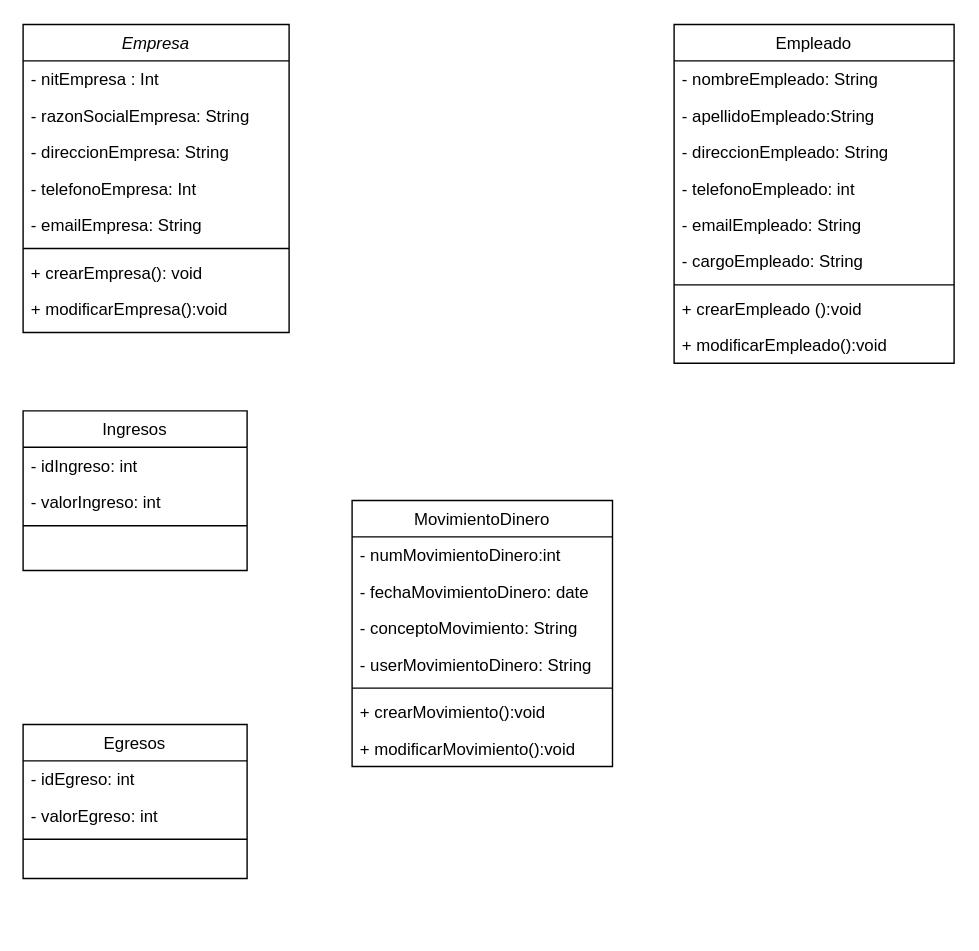
The draw.io diagram UML_CLASES_PROYECTO.drawio in edherney/Mintic2022, before the edit. Source tidied: cells renumbered, new cells numbered last; positions are measured from the earlier drawing's top-left corner, leaving out a move shared by most shapes. Both pictures are drawn from the tidied source at 140%, with x=0, y=0 at pixel (22, 24).
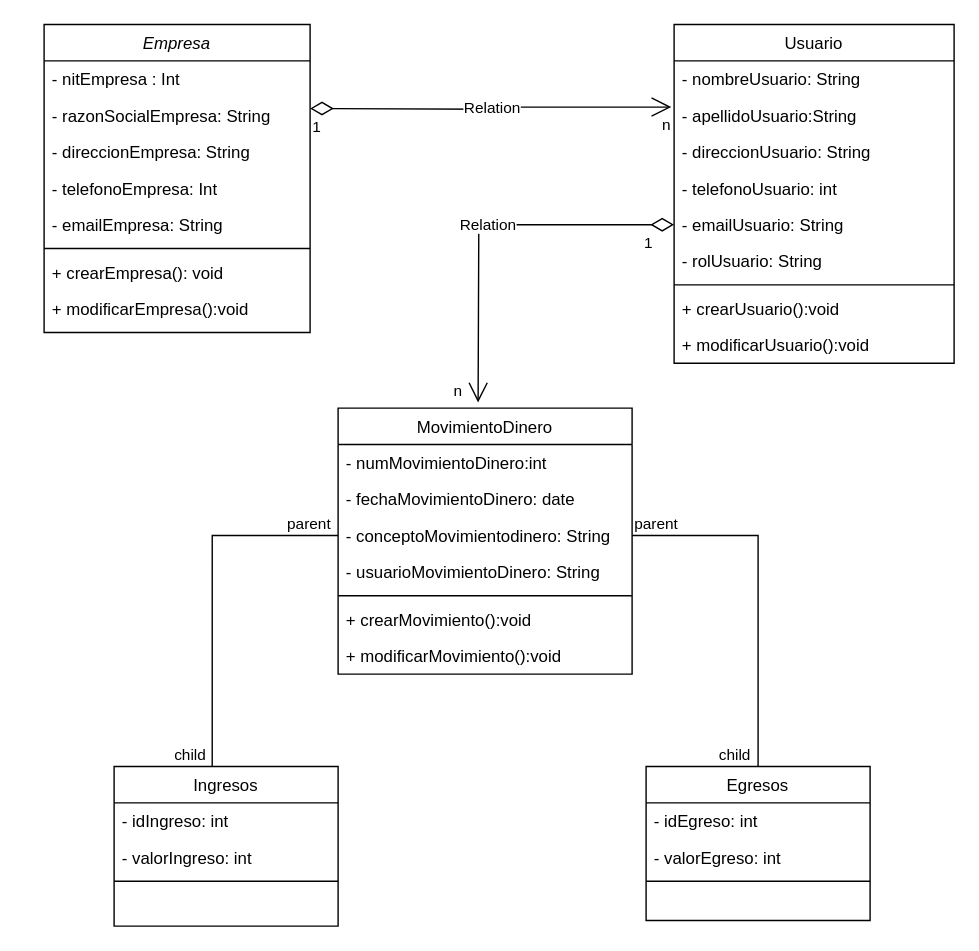
After the change.

Commit message:
actualizacion diagrama

What changed in the source:
```diff
@@
     <mxCell id="2" value="Empresa" style="swimlane;fontStyle=2;align=center;verticalAlign=top;horizontal=1;startSize=26;rounded=0;shadow=0;strokeWidth=1;" parent="1" vertex="1">
-      <mxGeometry width="190" height="220" as="geometry" />
+      <mxGeometry x="15" width="190" height="220" as="geometry" />
     </mxCell>
@@
     <mxCell id="11" value="Ingresos" style="swimlane;fontStyle=0;align=center;verticalAlign=top;horizontal=1;startSize=26;rounded=0;shadow=0;strokeWidth=1;" parent="1" vertex="1">
-      <mxGeometry y="276" width="160" height="114" as="geometry" />
+      <mxGeometry x="65" y="530" width="160" height="114" as="geometry" />
     </mxCell>
@@
-    <mxCell id="15" value="Empleado" style="swimlane;fontStyle=0;align=center;verticalAlign=top;horizontal=1;startSize=26;rounded=0;shadow=0;strokeWidth=1;" parent="1" vertex="1">
+    <mxCell id="15" value="Usuario" style="swimlane;fontStyle=0;align=center;verticalAlign=top;horizontal=1;startSize=26;rounded=0;shadow=0;strokeWidth=1;" parent="1" vertex="1">
       <mxGeometry x="465" width="200" height="242" as="geometry" />
     </mxCell>
-    <mxCell id="16" value="- nombreEmpleado: String" style="text;align=left;verticalAlign=top;spacingLeft=4;spacingRight=4;overflow=hidden;" parent="15" vertex="1">
+    <mxCell id="16" value="- nombreUsuario: String" style="text;align=left;verticalAlign=top;spacingLeft=4;spacingRight=4;overflow=hidden;" parent="15" vertex="1">
       <mxGeometry y="26" width="200" height="26" as="geometry" />
     </mxCell>
-    <mxCell id="17" value="- apellidoEmpleado:String" style="text;align=left;verticalAlign=top;spacingLeft=4;spacingRight=4;overflow=hidden;points=[[0,0.5],[1,0.5]];portConstraint=eastwest;rounded=0;shadow=0;html=0;" parent="15" vertex="1">
+    <mxCell id="17" value="- apellidoUsuario:String" style="text;align=left;verticalAlign=top;spacingLeft=4;spacingRight=4;overflow=hidden;points=[[0,0.5],[1,0.5]];portConstraint=eastwest;rounded=0;shadow=0;html=0;" parent="15" vertex="1">
       <mxGeometry y="52" width="200" height="26" as="geometry" />
     </mxCell>
-    <mxCell id="18" value="- direccionEmpleado: String" style="text;align=left;verticalAlign=top;spacingLeft=4;spacingRight=4;overflow=hidden;rounded=0;shadow=0;html=0;" parent="15" vertex="1">
+    <mxCell id="18" value="- direccionUsuario: String" style="text;align=left;verticalAlign=top;spacingLeft=4;spacingRight=4;overflow=hidden;rounded=0;shadow=0;html=0;" parent="15" vertex="1">
       <mxGeometry y="78" width="200" height="26" as="geometry" />
     </mxCell>
-    <mxCell id="19" value="- telefonoEmpleado: int" style="text;align=left;verticalAlign=top;spacingLeft=4;spacingRight=4;overflow=hidden;rounded=0;shadow=0;html=0;" parent="15" vertex="1">
+    <mxCell id="19" value="- telefonoUsuario: int" style="text;align=left;verticalAlign=top;spacingLeft=4;spacingRight=4;overflow=hidden;rounded=0;shadow=0;html=0;" parent="15" vertex="1">
       <mxGeometry y="104" width="200" height="26" as="geometry" />
     </mxCell>
-    <mxCell id="20" value="- emailEmpleado: String" style="text;align=left;verticalAlign=top;spacingLeft=4;spacingRight=4;overflow=hidden;points=[[0,0.5],[1,0.5]];portConstraint=eastwest;rounded=0;shadow=0;html=0;" parent="15" vertex="1">
+    <mxCell id="20" value="- emailUsuario: String" style="text;align=left;verticalAlign=top;spacingLeft=4;spacingRight=4;overflow=hidden;points=[[0,0.5],[1,0.5]];portConstraint=eastwest;rounded=0;shadow=0;html=0;" parent="15" vertex="1">
       <mxGeometry y="130" width="200" height="26" as="geometry" />
     </mxCell>
-    <mxCell id="21" value="- cargoEmpleado: String" style="text;align=left;verticalAlign=top;spacingLeft=4;spacingRight=4;overflow=hidden;rounded=0;shadow=0;html=0;" parent="15" vertex="1">
+    <mxCell id="21" value="- rolUsuario: String" style="text;align=left;verticalAlign=top;spacingLeft=4;spacingRight=4;overflow=hidden;rounded=0;shadow=0;html=0;" parent="15" vertex="1">
       <mxGeometry y="156" width="200" height="26" as="geometry" />
     </mxCell>
@@
-    <mxCell id="23" value="+ crearEmpleado ():void" style="text;align=left;verticalAlign=top;spacingLeft=4;spacingRight=4;overflow=hidden;" parent="15" vertex="1">
+    <mxCell id="23" value="+ crearUsuario():void" style="text;align=left;verticalAlign=top;spacingLeft=4;spacingRight=4;overflow=hidden;" parent="15" vertex="1">
       <mxGeometry y="190" width="200" height="26" as="geometry" />
     </mxCell>
-    <mxCell id="24" value="+ modificarEmpleado():void" style="text;align=left;verticalAlign=top;spacingLeft=4;spacingRight=4;overflow=hidden;" parent="15" vertex="1">
+    <mxCell id="24" value="+ modificarUsuario():void" style="text;align=left;verticalAlign=top;spacingLeft=4;spacingRight=4;overflow=hidden;" parent="15" vertex="1">
       <mxGeometry y="216" width="200" height="26" as="geometry" />
     </mxCell>
     <mxCell id="25" value="MovimientoDinero" style="swimlane;fontStyle=0;align=center;verticalAlign=top;horizontal=1;startSize=26;rounded=0;shadow=0;strokeWidth=1;" parent="1" vertex="1">
-      <mxGeometry x="235" y="340" width="186" height="190" as="geometry" />
+      <mxGeometry x="225" y="274" width="210" height="190" as="geometry" />
     </mxCell>
     <mxCell id="26" value="- numMovimientoDinero:int" style="text;align=left;verticalAlign=top;spacingLeft=4;spacingRight=4;overflow=hidden;" parent="25" vertex="1">
-      <mxGeometry y="26" width="186" height="26" as="geometry" />
+      <mxGeometry y="26" width="210" height="26" as="geometry" />
     </mxCell>
     <mxCell id="27" value="- fechaMovimientoDinero: date" style="text;align=left;verticalAlign=top;spacingLeft=4;spacingRight=4;overflow=hidden;" parent="25" vertex="1">
-      <mxGeometry y="52" width="186" height="26" as="geometry" />
+      <mxGeometry y="52" width="210" height="26" as="geometry" />
     </mxCell>
-    <mxCell id="28" value="- conceptoMovimiento: String" style="text;align=left;verticalAlign=top;spacingLeft=4;spacingRight=4;overflow=hidden;points=[[0,0.5],[1,0.5]];portConstraint=eastwest;rounded=0;shadow=0;html=0;" parent="25" vertex="1">
-      <mxGeometry y="78" width="186" height="26" as="geometry" />
+    <mxCell id="28" value="- conceptoMovimientodinero: String" style="text;align=left;verticalAlign=top;spacingLeft=4;spacingRight=4;overflow=hidden;points=[[0,0.5],[1,0.5]];portConstraint=eastwest;rounded=0;shadow=0;html=0;" parent="25" vertex="1">
+      <mxGeometry y="78" width="210" height="26" as="geometry" />
     </mxCell>
-    <mxCell id="29" value="- userMovimientoDinero: String" style="text;align=left;verticalAlign=top;spacingLeft=4;spacingRight=4;overflow=hidden;rounded=0;shadow=0;html=0;" parent="25" vertex="1">
-      <mxGeometry y="104" width="186" height="26" as="geometry" />
+    <mxCell id="29" value="- usuarioMovimientoDinero: String" style="text;align=left;verticalAlign=top;spacingLeft=4;spacingRight=4;overflow=hidden;rounded=0;shadow=0;html=0;" parent="25" vertex="1">
+      <mxGeometry y="104" width="210" height="26" as="geometry" />
     </mxCell>
     <mxCell id="30" style="line;html=1;strokeWidth=1;align=left;verticalAlign=middle;spacingTop=-1;spacingLeft=3;spacingRight=3;labelPosition=right;" parent="25" vertex="1">
-      <mxGeometry y="130" width="186" height="8" as="geometry" />
+      <mxGeometry y="130" width="210" height="8" as="geometry" />
     </mxCell>
     <mxCell id="31" value="+ crearMovimiento():void" style="text;align=left;verticalAlign=top;spacingLeft=4;spacingRight=4;overflow=hidden;" parent="25" vertex="1">
-      <mxGeometry y="138" width="186" height="26" as="geometry" />
+      <mxGeometry y="138" width="210" height="26" as="geometry" />
     </mxCell>
     <mxCell id="32" value="+ modificarMovimiento():void" style="text;align=left;verticalAlign=top;spacingLeft=4;spacingRight=4;overflow=hidden;" parent="25" vertex="1">
-      <mxGeometry y="164" width="186" height="26" as="geometry" />
+      <mxGeometry y="164" width="210" height="26" as="geometry" />
     </mxCell>
     <mxCell id="33" value="Egresos" style="swimlane;fontStyle=0;align=center;verticalAlign=top;horizontal=1;startSize=26;rounded=0;shadow=0;strokeWidth=1;" parent="1" vertex="1">
-      <mxGeometry y="500" width="160" height="110" as="geometry" />
+      <mxGeometry x="445" y="530" width="160" height="110" as="geometry" />
     </mxCell>
@@
+    <mxCell id="37" value="Relation" style="endArrow=open;html=1;endSize=12;startArrow=diamondThin;startSize=14;startFill=0;edgeStyle=orthogonalEdgeStyle;rounded=0;entryX=-0.01;entryY=0.269;entryDx=0;entryDy=0;entryPerimeter=0;" parent="1" edge="1" target="17">
+      <mxGeometry relative="1" as="geometry">
+        <mxPoint x="205" y="60" as="sourcePoint" />
+      </mxGeometry>
+    </mxCell>
+    <mxCell id="38" value="1" style="edgeLabel;html=1;align=left;verticalAlign=top;" parent="37" vertex="1">
+      <mxGeometry x="-1" relative="1" as="geometry" />
+    </mxCell>
+    <mxCell id="39" value="n" style="edgeLabel;html=1;align=right;verticalAlign=top;" parent="37" vertex="1">
+      <mxGeometry x="1" relative="1" as="geometry" />
+    </mxCell>
+    <mxCell id="40" value="Relation" style="endArrow=open;html=1;endSize=12;startArrow=diamondThin;startSize=14;startFill=0;edgeStyle=orthogonalEdgeStyle;rounded=0;exitX=0;exitY=0.5;exitDx=0;exitDy=0;" parent="1" edge="1" source="20">
+      <mxGeometry relative="1" as="geometry">
+        <mxPoint x="325" y="270" as="targetPoint" />
+      </mxGeometry>
+    </mxCell>
+    <mxCell id="41" value="1" style="edgeLabel;html=1;align=left;verticalAlign=top;" parent="40" vertex="1">
+      <mxGeometry x="-1" relative="1" as="geometry">
+        <mxPoint x="-23" as="offset" />
+      </mxGeometry>
+    </mxCell>
+    <mxCell id="42" value="n" style="edgeLabel;html=1;align=right;verticalAlign=top;" parent="40" vertex="1">
+      <mxGeometry x="1" relative="1" as="geometry">
+        <mxPoint x="-11" y="-21" as="offset" />
+      </mxGeometry>
+    </mxCell>
+    <mxCell id="43" style="endArrow=none;html=1;edgeStyle=orthogonalEdgeStyle;rounded=0;exitX=0;exitY=0.5;exitDx=0;exitDy=0;entryX=0.438;entryY=0;entryDx=0;entryDy=0;entryPerimeter=0;" parent="1" edge="1" source="28" target="11">
+      <mxGeometry relative="1" as="geometry" />
+    </mxCell>
+    <mxCell id="44" value="parent" style="edgeLabel;html=1;align=left;verticalAlign=bottom;" parent="43" vertex="1">
+      <mxGeometry x="-1" relative="1" as="geometry">
+        <mxPoint x="-38" as="offset" />
+      </mxGeometry>
+    </mxCell>
+    <mxCell id="45" value="child" style="edgeLabel;html=1;align=right;verticalAlign=bottom;" parent="43" vertex="1">
+      <mxGeometry x="1" relative="1" as="geometry">
+        <mxPoint x="-4" as="offset" />
+      </mxGeometry>
+    </mxCell>
+    <mxCell id="46" style="endArrow=none;html=1;edgeStyle=orthogonalEdgeStyle;rounded=0;exitX=1;exitY=0.5;exitDx=0;exitDy=0;entryX=0.5;entryY=0;entryDx=0;entryDy=0;" parent="1" edge="1" source="28" target="33">
+      <mxGeometry relative="1" as="geometry" />
+    </mxCell>
+    <mxCell id="47" value="parent" style="edgeLabel;html=1;align=left;verticalAlign=bottom;" parent="46" vertex="1">
+      <mxGeometry x="-1" relative="1" as="geometry" />
+    </mxCell>
+    <mxCell id="48" value="child" style="edgeLabel;html=1;align=right;verticalAlign=bottom;" parent="46" vertex="1">
+      <mxGeometry x="1" relative="1" as="geometry">
+        <mxPoint x="-5" as="offset" />
+      </mxGeometry>
+    </mxCell>
```
